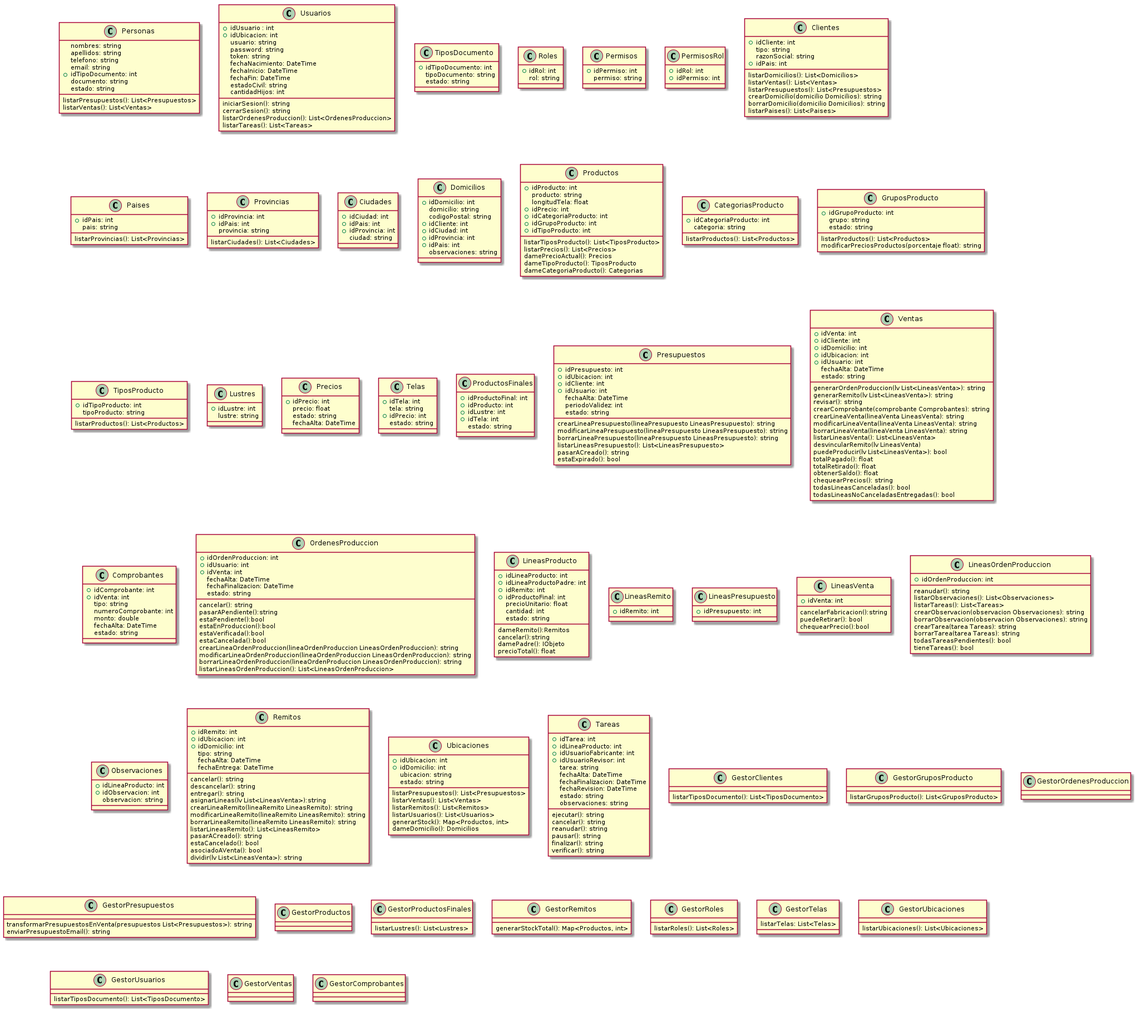
Earlier version of the PlantUML export Informe Final/Imagenes/DiagramaClases/Vistas/fichaTecnicaClases.png (ZMGestion/DocumentacionZMGestion).
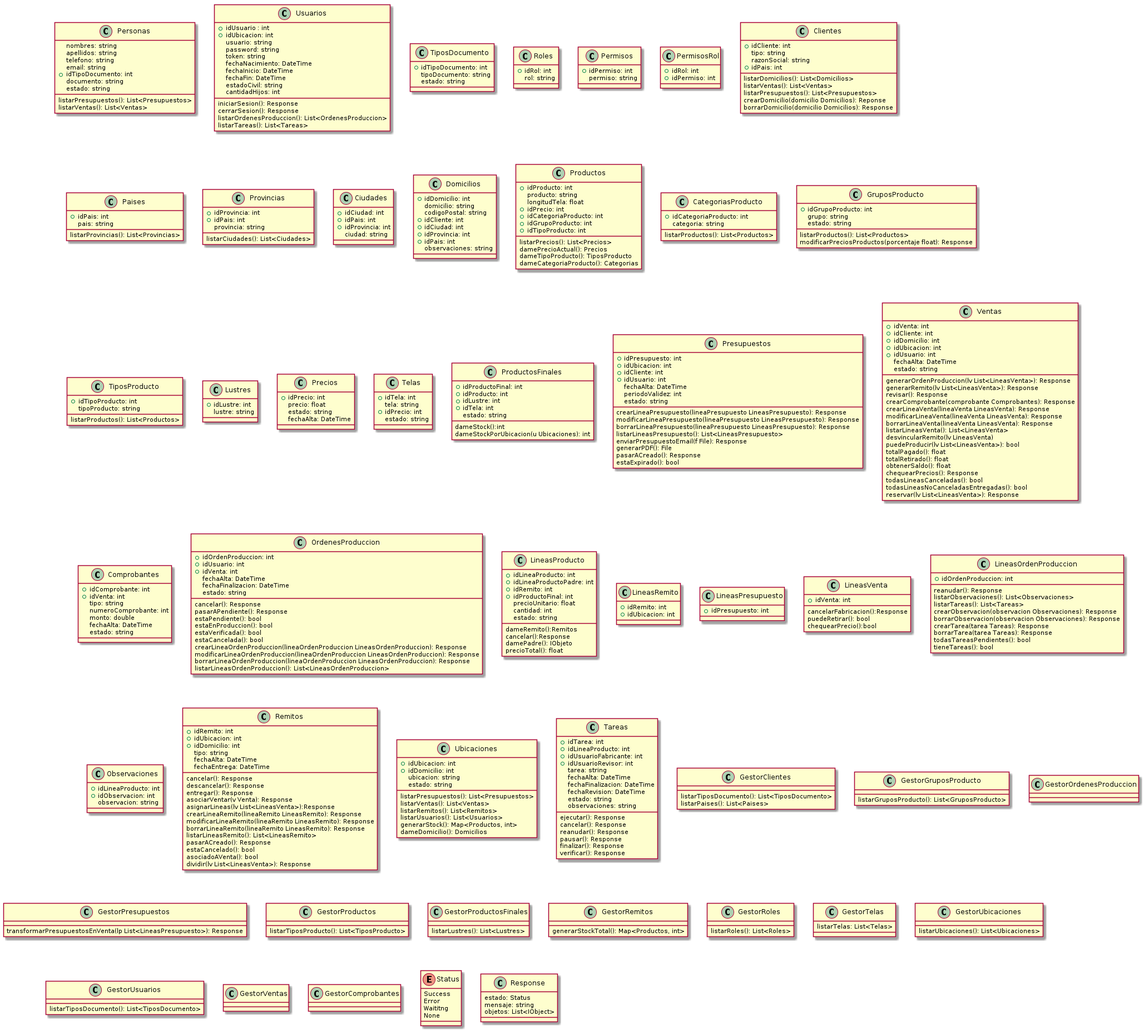
After the commit.

Change to the diagram source:
```diff
@@ -24,8 +24,8 @@
    estadoCivil: string
    cantidadHijos: int
 
-   iniciarSesion(): string
-   cerrarSesion(): string
+   iniciarSesion(): Response
+   cerrarSesion(): Response
    listarOrdenesProduccion(): List<OrdenesProduccion>
    listarTareas(): List<Tareas>
 }
@@ -55,10 +55,8 @@
     listarDomicilios(): List<Domicilios>
     listarVentas(): List<Ventas>
     listarPresupuestos(): List<Presupuestos>
-    crearDomicilio(domicilio Domicilios): string
-    borrarDomicilio(domicilio Domicilios): string
-    listarPaises(): List<Paises>
-
+    crearDomicilio(domicilio Domicilios): Reponse
+    borrarDomicilio(domicilio Domicilios): Response
 }
 class Paises{
     +idPais: int
@@ -100,7 +98,6 @@
     +idGrupoProducto: int
     +idTipoProducto: int
 
-    listarTiposProducto(): List<TiposProducto>
     listarPrecios(): List<Precios>
     damePrecioActual(): Precios
     dameTipoProducto(): TiposProducto
@@ -118,7 +115,7 @@
     estado: string
 
     listarProductos(): List<Productos>
-    modificarPreciosProductos(porcentaje float): string
+    modificarPreciosProductos(porcentaje float): Response
 }
 class TiposProducto{
     +idTipoProducto: int
@@ -149,6 +146,9 @@
     +idTela: int
     estado: string
 
+    dameStock():int
+    dameStockPorUbicacion(u Ubicaciones): int
+
 
 }
 class Presupuestos{
@@ -160,11 +160,13 @@
     periodoValidez: int
     estado: string
 
-    crearLineaPresupuesto(lineaPresupuesto LineasPresupuesto): string
-    modificarLineaPresupuesto(lineaPresupuesto LineasPresupuesto): string
-    borrarLineaPresupuesto(lineaPresupuesto LineasPresupuesto): string
+    crearLineaPresupuesto(lineaPresupuesto LineasPresupuesto): Response
+    modificarLineaPresupuesto(lineaPresupuesto LineasPresupuesto): Response
+    borrarLineaPresupuesto(lineaPresupuesto LineasPresupuesto): Response
     listarLineasPresupuesto(): List<LineasPresupuesto>
-    pasarACreado(): string
+    enviarPresupuestoEmail(f File): Response
+    generarPDF(): File
+    pasarACreado(): Response
     estaExpirado(): bool
 }
 class Ventas{
@@ -176,22 +178,23 @@
     fechaAlta: DateTime
     estado: string
 
-    generarOrdenProduccion(lv List<LineasVenta>): string
-    generarRemito(lv List<LineasVenta>): string
-    revisar(): string
-    crearComprobante(comprobante Comprobantes): string
-    crearLineaVenta(lineaVenta LineasVenta): string
-    modificarLineaVenta(lineaVenta LineasVenta): string
-    borrarLineaVenta(lineaVenta LineasVenta): string
+    generarOrdenProduccion(lv List<LineasVenta>): Response
+    generarRemito(lv List<LineasVenta>): Response
+    revisar(): Response
+    crearComprobante(comprobante Comprobantes): Response
+    crearLineaVenta(lineaVenta LineasVenta): Response
+    modificarLineaVenta(lineaVenta LineasVenta): Response
+    borrarLineaVenta(lineaVenta LineasVenta): Response
     listarLineasVenta(): List<LineasVenta>
     desvincularRemito(lv LineasVenta)
     puedeProducir(lv List<LineasVenta>): bool
     totalPagado(): float
     totalRetirado(): float
     obtenerSaldo(): float
-    chequearPrecios(): string
+    chequearPrecios(): Response
     todasLineasCanceladas(): bool
     todasLineasNoCanceladasEntregadas(): bool
+    reservar(lv List<LineasVenta>): Response
 
 }
 class Comprobantes{
@@ -211,15 +214,15 @@
     fechaFinalizacion: DateTime
     estado: string
 
-    cancelar(): string
-    pasarAPendiente():string
-    estaPendiente():bool
-    estaEnProduccion():bool
-    estaVerificada():bool
-    estaCancelada():bool
-    crearLineaOrdenProduccion(lineaOrdenProduccion LineasOrdenProduccion): string
-    modificarLineaOrdenProduccion(lineaOrdenProduccion LineasOrdenProduccion): string
-    borrarLineaOrdenProduccion(lineaOrdenProduccion LineasOrdenProduccion): string
+    cancelar(): Response
+    pasarAPendiente(): Response
+    estaPendiente(): bool
+    estaEnProduccion(): bool
+    estaVerificada(): bool
+    estaCancelada(): bool
+    crearLineaOrdenProduccion(lineaOrdenProduccion LineasOrdenProduccion): Response
+    modificarLineaOrdenProduccion(lineaOrdenProduccion LineasOrdenProduccion): Response
+    borrarLineaOrdenProduccion(lineaOrdenProduccion LineasOrdenProduccion): Response
     listarLineasOrdenProduccion(): List<LineasOrdenProduccion>
 
 }
@@ -233,12 +236,13 @@
     estado: string
 
     dameRemito():Remitos
-    cancelar():string
+    cancelar():Response
     damePadre(): IObjeto
     precioTotal(): float
 }
 class LineasRemito{
     +idRemito: int
+    +idUbicacion: int
 
 }
 class LineasPresupuesto{
@@ -247,22 +251,21 @@
 class LineasVenta{
     +idVenta: int
 
-    cancelarFabricacion():string
+    cancelarFabricacion():Response
     puedeRetirar(): bool
     chequearPrecio():bool
-
 
 }
 class LineasOrdenProduccion{
     +idOrdenProduccion: int
 
-    reanudar(): string
+    reanudar(): Response
     listarObservaciones(): List<Observaciones>
     listarTareas(): List<Tareas>
-    crearObservacion(observacion Observaciones): string
-    borrarObservacion(observacion Observaciones): string
-    crearTarea(tarea Tareas): string
-    borrarTarea(tarea Tareas): string
+    crearObservacion(observacion Observaciones): Response
+    borrarObservacion(observacion Observaciones): Response
+    crearTarea(tarea Tareas): Response
+    borrarTarea(tarea Tareas): Response
     todasTareasPendientes(): bool
     tieneTareas(): bool
 
@@ -280,18 +283,19 @@
     fechaAlta: DateTime
     fechaEntrega: DateTime
 
-    cancelar(): string
-    descancelar(): string
-    entregar(): string
-    asignarLineas(lv List<LineasVenta>):string
-    crearLineaRemito(lineaRemito LineasRemito): string
-    modificarLineaRemito(lineaRemito LineasRemito): string
-    borrarLineaRemito(lineaRemito LineasRemito): string
+    cancelar(): Response
+    descancelar(): Response
+    entregar(): Response
+    asociarVentar(v Venta): Response
+    asignarLineas(lv List<LineasVenta>):Response
+    crearLineaRemito(lineaRemito LineasRemito): Response
+    modificarLineaRemito(lineaRemito LineasRemito): Response
+    borrarLineaRemito(lineaRemito LineasRemito): Response
     listarLineasRemito(): List<LineasRemito>
-    pasarACreado(): string
+    pasarACreado(): Response
     estaCancelado(): bool
     asociadoAVenta(): bool
-    dividir(lv List<LineasVenta>): string
+    dividir(lv List<LineasVenta>): Response
 }
 class Ubicaciones{
     +idUbicacion: int
@@ -318,17 +322,17 @@
     estado: string
     observaciones: string
 
-    ejecutar(): string
-    cancelar(): string
-    reanudar(): string
-    pausar(): string
-    finalizar(): string
-    verificar(): string
+    ejecutar(): Response
+    cancelar(): Response
+    reanudar(): Response
+    pausar(): Response
+    finalizar(): Response
+    verificar(): Response
 
 }
 class GestorClientes{
     listarTiposDocumento(): List<TiposDocumento>
-
+    listarPaises(): List<Paises>
 }
 
 class GestorGruposProducto{
@@ -341,11 +345,10 @@
 
 
 class GestorPresupuestos{
-    transformarPresupuestosEnVenta(presupuestos List<Presupuestos>): string
-    enviarPresupuestoEmail(): string
+    transformarPresupuestosEnVenta(lp List<LineasPresupuesto>): Response
 }
 class GestorProductos{
-
+    listarTiposProducto(): List<TiposProducto>
 }
 
 class GestorProductosFinales{
@@ -378,4 +381,18 @@
 
 class GestorComprobantes{
 }
+enum Status{
+    Success
+    Error
+    Waititng
+    None
+}
+
+class Response{
+    estado: Status
+    mensaje: string
+    objetos: List<IObject>
+}
+
+
 @enduml
```
